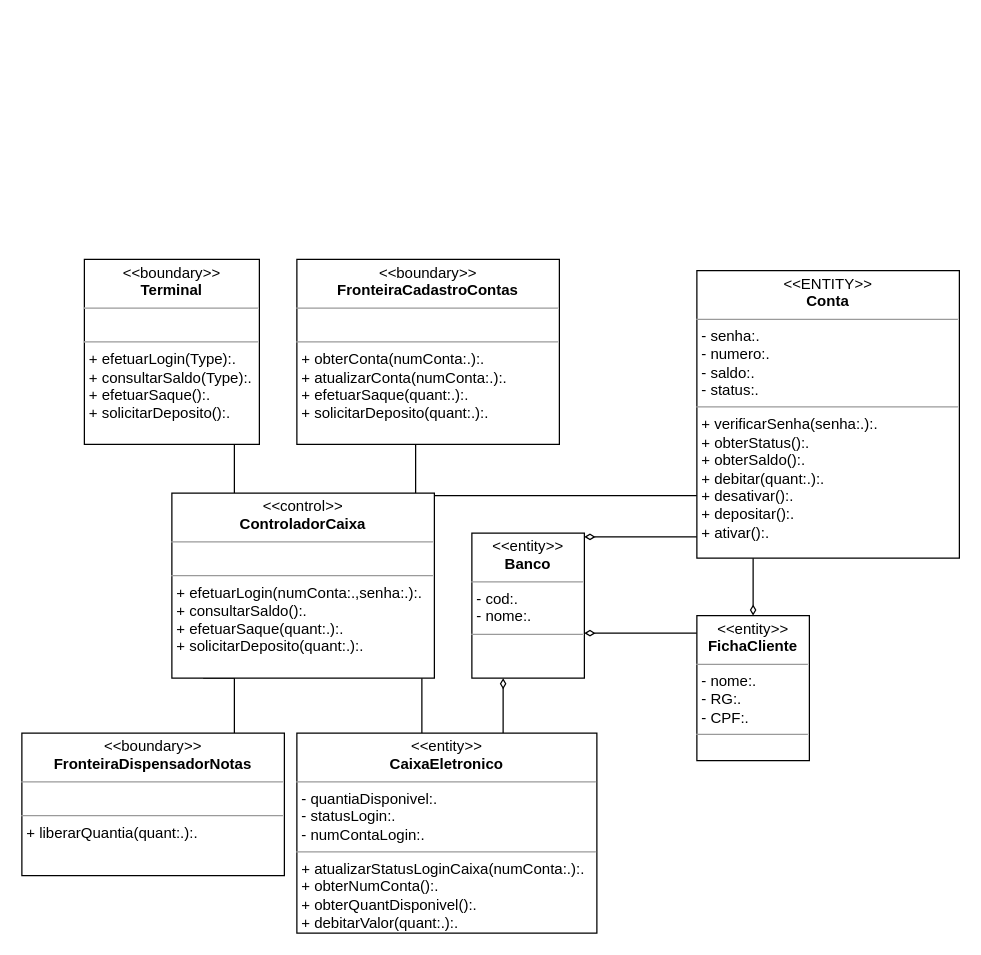
Above: ATM_Singleton.drawio in JorgeEduardoFOS/lista2MC426 (draw.io), before the change. Source tidied: cells renumbered, new cells numbered last; positions are measured from the earlier drawing's top-left corner, leaving out a move shared by most shapes. Both pictures are drawn from the tidied source at 125%, with x=0, y=0 at pixel (21, 259).
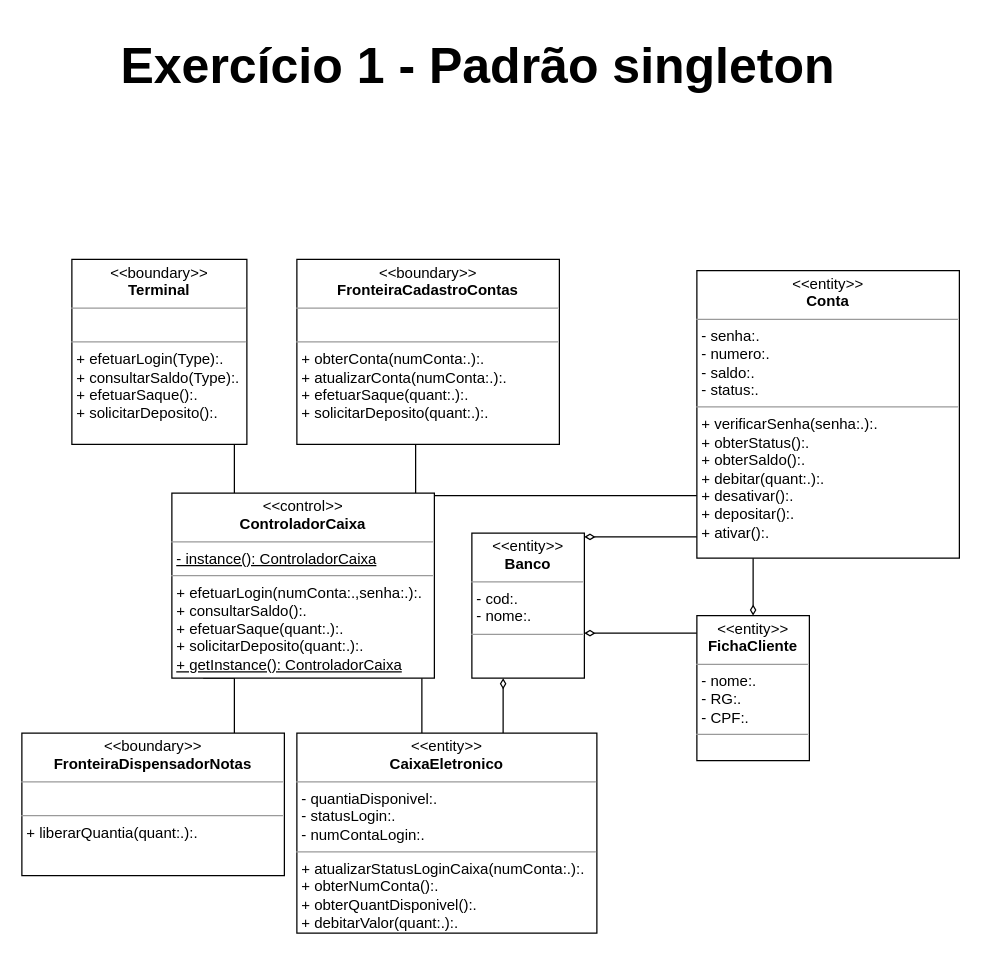
The same diagram, later.

What changed in the source:
```diff
@@
     <mxCell id="3" value="&lt;p style=&quot;margin:0px;margin-top:4px;text-align:center;&quot;&gt;&lt;i&gt;&amp;lt;&amp;lt;&lt;/i&gt;boundary&lt;i&gt;&amp;gt;&amp;gt;&lt;/i&gt;&lt;br&gt;&lt;b&gt;Terminal&lt;/b&gt;&lt;/p&gt;&lt;hr size=&quot;1&quot;&gt;&lt;p style=&quot;margin:0px;margin-left:4px;&quot;&gt;&lt;br&gt;&lt;/p&gt;&lt;hr size=&quot;1&quot;&gt;&lt;p style=&quot;margin:0px;margin-left:4px;&quot;&gt;+ efetuarLogin(Type):.&lt;br&gt;+ consultarSaldo(Type):.&lt;/p&gt;&lt;p style=&quot;margin:0px;margin-left:4px;&quot;&gt;+ efetuarSaque():.&lt;/p&gt;&lt;p style=&quot;margin:0px;margin-left:4px;&quot;&gt;+ solicitarDeposito():.&lt;/p&gt;" style="verticalAlign=top;align=left;overflow=fill;fontSize=12;fontFamily=Helvetica;html=1;" parent="1" vertex="1">
-      <mxGeometry x="50" width="140" height="148" as="geometry" />
+      <mxGeometry x="40" width="140" height="148" as="geometry" />
     </mxCell>
@@
-    <mxCell id="8" value="&lt;p style=&quot;margin:0px;margin-top:4px;text-align:center;&quot;&gt;&lt;i&gt;&amp;lt;&amp;lt;&lt;/i&gt;control&lt;i&gt;&amp;gt;&amp;gt;&lt;/i&gt;&lt;br&gt;&lt;b&gt;ControladorCaixa&lt;/b&gt;&lt;/p&gt;&lt;hr size=&quot;1&quot;&gt;&lt;p style=&quot;margin:0px;margin-left:4px;&quot;&gt;&lt;br&gt;&lt;/p&gt;&lt;hr size=&quot;1&quot;&gt;&lt;p style=&quot;margin:0px;margin-left:4px;&quot;&gt;+ efetuarLogin(numConta:.,senha:.):.&lt;br&gt;+ consultarSaldo():.&lt;/p&gt;&lt;p style=&quot;margin:0px;margin-left:4px;&quot;&gt;+ efetuarSaque(quant:.):.&lt;/p&gt;&lt;p style=&quot;margin:0px;margin-left:4px;&quot;&gt;+ solicitarDeposito(quant:.):.&lt;/p&gt;" style="verticalAlign=top;align=left;overflow=fill;fontSize=12;fontFamily=Helvetica;html=1;" parent="1" vertex="1">
+    <mxCell id="8" value="&lt;p style=&quot;margin:0px;margin-top:4px;text-align:center;&quot;&gt;&lt;i&gt;&amp;lt;&amp;lt;&lt;/i&gt;control&lt;i&gt;&amp;gt;&amp;gt;&lt;/i&gt;&lt;br&gt;&lt;b&gt;ControladorCaixa&lt;/b&gt;&lt;/p&gt;&lt;hr size=&quot;1&quot;&gt;&lt;p style=&quot;margin:0px;margin-left:4px;&quot;&gt;&lt;u&gt;- instance(): ControladorCaixa&lt;/u&gt;&lt;/p&gt;&lt;hr size=&quot;1&quot;&gt;&lt;p style=&quot;margin:0px;margin-left:4px;&quot;&gt;+ efetuarLogin(numConta:.,senha:.):.&lt;br&gt;+ consultarSaldo():.&lt;/p&gt;&lt;p style=&quot;margin:0px;margin-left:4px;&quot;&gt;+ efetuarSaque(quant:.):.&lt;/p&gt;&lt;p style=&quot;margin:0px;margin-left:4px;&quot;&gt;+ solicitarDeposito(quant:.):.&lt;/p&gt;&lt;p style=&quot;margin:0px;margin-left:4px;&quot;&gt;&lt;u&gt;+ getInstance(): ControladorCaixa&lt;/u&gt;&lt;/p&gt;" style="verticalAlign=top;align=left;overflow=fill;fontSize=12;fontFamily=Helvetica;html=1;" parent="1" vertex="1">
       <mxGeometry x="120" y="187" width="210" height="148" as="geometry" />
     </mxCell>
@@
-    <mxCell id="16" value="&lt;p style=&quot;margin:0px;margin-top:4px;text-align:center;&quot;&gt;&lt;i&gt;&amp;lt;&amp;lt;&lt;/i&gt;ENTITY&lt;i&gt;&amp;gt;&amp;gt;&lt;/i&gt;&lt;br&gt;&lt;b&gt;Conta&lt;/b&gt;&lt;/p&gt;&lt;hr size=&quot;1&quot;&gt;&lt;p style=&quot;margin:0px;margin-left:4px;&quot;&gt;- senha:.&lt;/p&gt;&lt;p style=&quot;margin:0px;margin-left:4px;&quot;&gt;- numero:.&lt;/p&gt;&lt;p style=&quot;margin:0px;margin-left:4px;&quot;&gt;- saldo:.&lt;/p&gt;&lt;p style=&quot;margin:0px;margin-left:4px;&quot;&gt;- status:.&lt;/p&gt;&lt;hr size=&quot;1&quot;&gt;&lt;p style=&quot;margin:0px;margin-left:4px;&quot;&gt;+ verificarSenha(senha:.):.&lt;br&gt;+ obterStatus():.&lt;/p&gt;&lt;p style=&quot;margin:0px;margin-left:4px;&quot;&gt;+ obterSaldo():.&lt;/p&gt;&lt;p style=&quot;margin:0px;margin-left:4px;&quot;&gt;+ debitar(quant:.):.&lt;/p&gt;&lt;p style=&quot;margin:0px;margin-left:4px;&quot;&gt;+ desativar():.&lt;/p&gt;&lt;p style=&quot;margin:0px;margin-left:4px;&quot;&gt;+ depositar():.&lt;/p&gt;&lt;p style=&quot;margin:0px;margin-left:4px;&quot;&gt;+ ativar():.&lt;/p&gt;" style="verticalAlign=top;align=left;overflow=fill;fontSize=12;fontFamily=Helvetica;html=1;" parent="1" vertex="1">
+    <mxCell id="16" value="&lt;p style=&quot;margin:0px;margin-top:4px;text-align:center;&quot;&gt;&lt;i&gt;&amp;lt;&amp;lt;&lt;/i&gt;entity&lt;i&gt;&amp;gt;&amp;gt;&lt;/i&gt;&lt;br&gt;&lt;b&gt;Conta&lt;/b&gt;&lt;/p&gt;&lt;hr size=&quot;1&quot;&gt;&lt;p style=&quot;margin:0px;margin-left:4px;&quot;&gt;- senha:.&lt;/p&gt;&lt;p style=&quot;margin:0px;margin-left:4px;&quot;&gt;- numero:.&lt;/p&gt;&lt;p style=&quot;margin:0px;margin-left:4px;&quot;&gt;- saldo:.&lt;/p&gt;&lt;p style=&quot;margin:0px;margin-left:4px;&quot;&gt;- status:.&lt;/p&gt;&lt;hr size=&quot;1&quot;&gt;&lt;p style=&quot;margin:0px;margin-left:4px;&quot;&gt;+ verificarSenha(senha:.):.&lt;br&gt;+ obterStatus():.&lt;/p&gt;&lt;p style=&quot;margin:0px;margin-left:4px;&quot;&gt;+ obterSaldo():.&lt;/p&gt;&lt;p style=&quot;margin:0px;margin-left:4px;&quot;&gt;+ debitar(quant:.):.&lt;/p&gt;&lt;p style=&quot;margin:0px;margin-left:4px;&quot;&gt;+ desativar():.&lt;/p&gt;&lt;p style=&quot;margin:0px;margin-left:4px;&quot;&gt;+ depositar():.&lt;/p&gt;&lt;p style=&quot;margin:0px;margin-left:4px;&quot;&gt;+ ativar():.&lt;/p&gt;" style="verticalAlign=top;align=left;overflow=fill;fontSize=12;fontFamily=Helvetica;html=1;" parent="1" vertex="1">
       <mxGeometry x="540" y="9" width="210" height="230" as="geometry" />
     </mxCell>
@@
+    <mxCell id="19" value="Exercício 1 - Padrão singleton" style="text;align=center;fontStyle=1;verticalAlign=middle;spacingLeft=3;spacingRight=3;strokeColor=none;fontSize=40;labelBorderColor=none;strokeWidth=0;" parent="1" vertex="1">
+      <mxGeometry x="70" y="-190" width="590" height="60" as="geometry" />
+    </mxCell>
```
